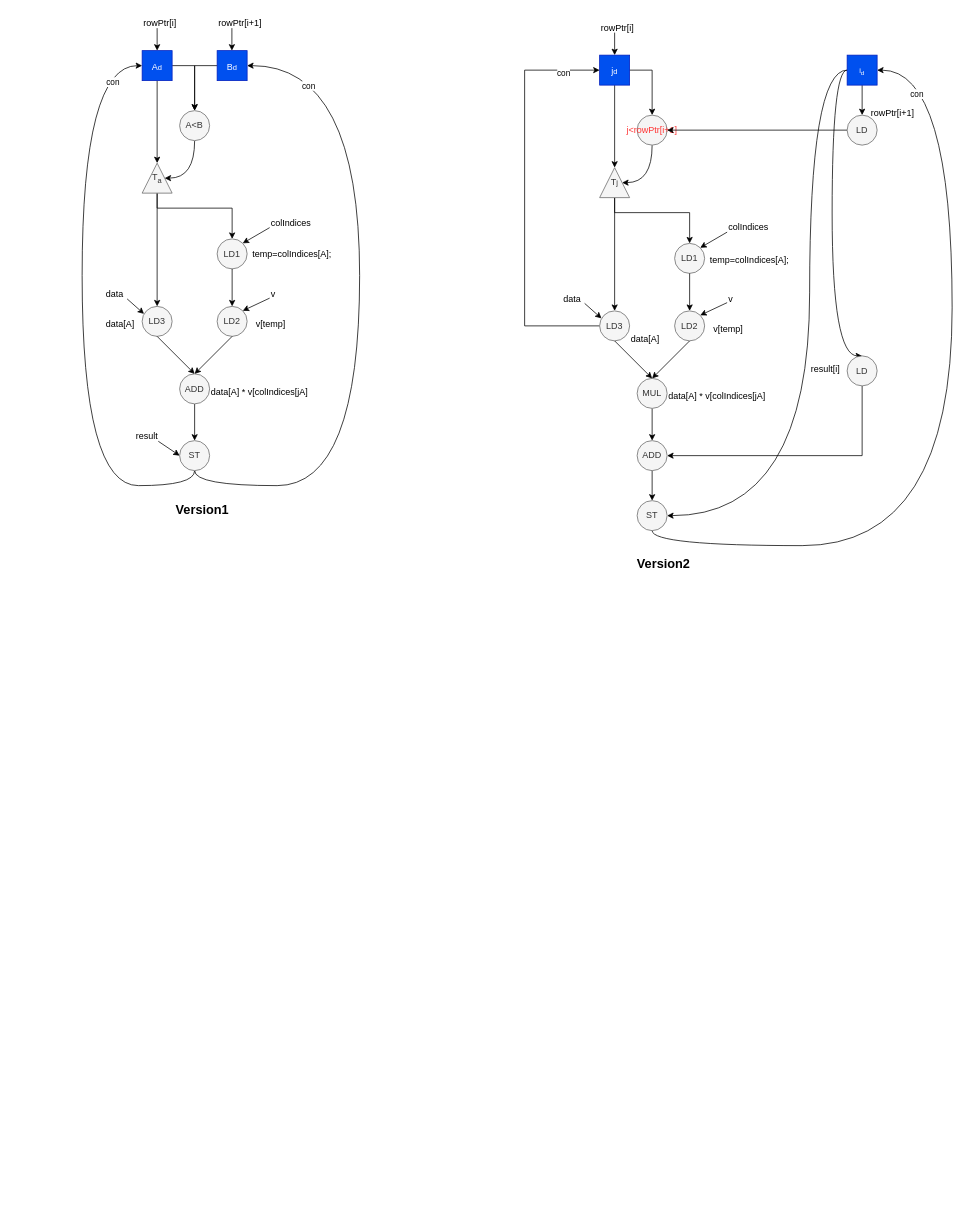
HPC-SDC/Operator keeps this draw.io diagram as test01.drawio. Above is the earlier version. Source tidied: cells renumbered, new cells numbered last; positions are measured from the earlier drawing's top-left corner, leaving out a move shared by most shapes. Both pictures are drawn from the tidied source at 75%, with x=0, y=0 at pixel (82, 13).
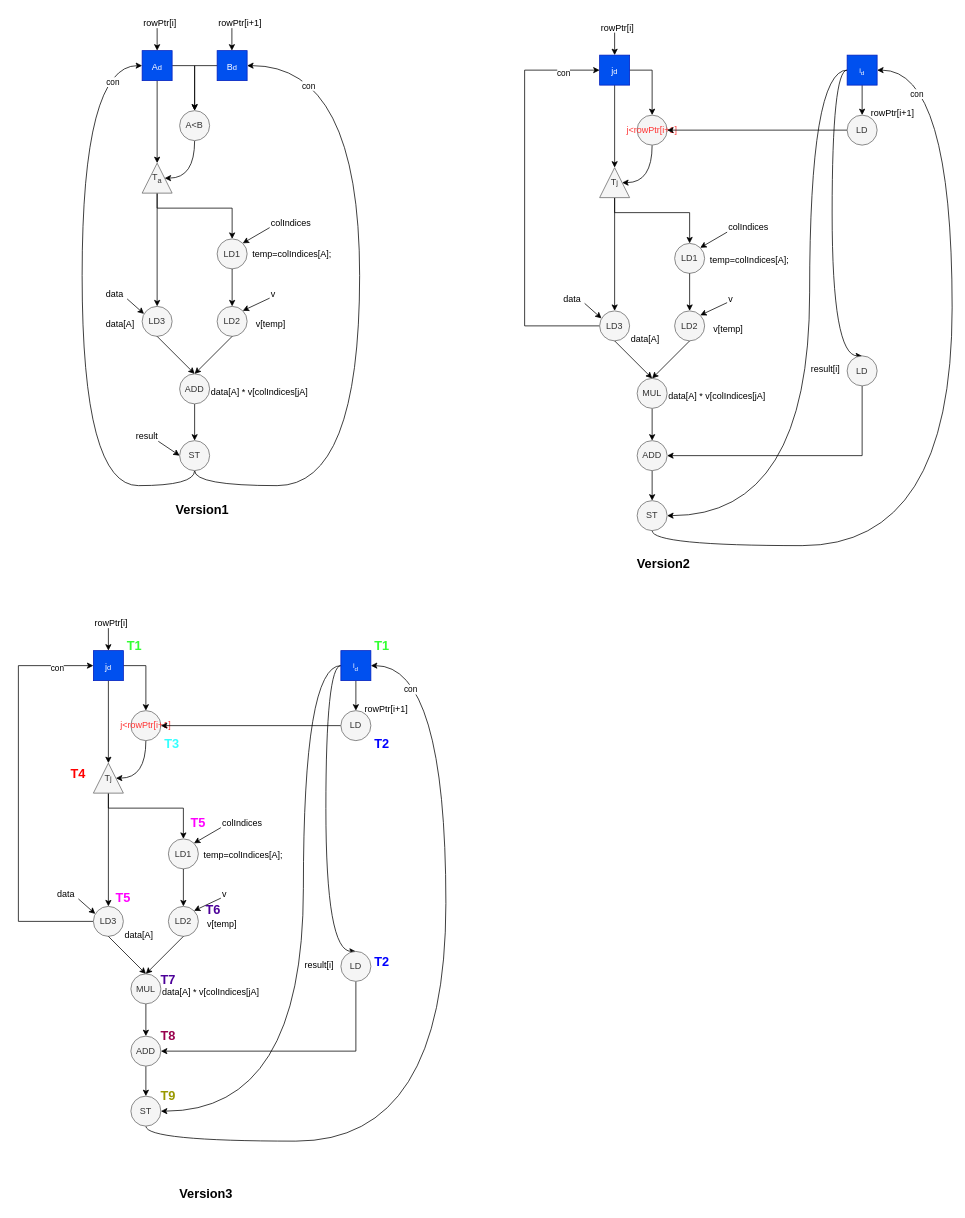
The same diagram, later.

What changed in the source:
```diff
@@
+    <mxCell id="88" style="edgeStyle=orthogonalEdgeStyle;rounded=0;jettySize=auto;html=1;exitX=0;exitY=0.5;exitDx=0;exitDy=0;entryX=0;entryY=0.5;entryDx=0;entryDy=0;" parent="1" edge="1" source="90" target="104">
+      <mxGeometry relative="1" as="geometry">
+        <Array as="points">
+          <mxPoint x="-85" y="1211" />
+          <mxPoint x="-85" y="870" />
+        </Array>
+      </mxGeometry>
+    </mxCell>
+    <mxCell id="89" value="con" style="edgeLabel;html=1;align=center;verticalAlign=middle;" parent="88" vertex="1">
+      <mxGeometry x="0.82" y="-3" relative="1" as="geometry" />
+    </mxCell>
+    <mxCell id="90" value="LD3" style="ellipse;whiteSpace=wrap;html=1;fillColor=#f5f5f5;fontColor=#333333;strokeColor=#666666;" parent="1" vertex="1">
+      <mxGeometry x="15" y="1191" width="40" height="40" as="geometry" />
+    </mxCell>
+    <mxCell id="91" value="LD1" style="ellipse;whiteSpace=wrap;html=1;fillColor=#f5f5f5;fontColor=#333333;strokeColor=#666666;" parent="1" vertex="1">
+      <mxGeometry x="115" y="1101" width="40" height="40" as="geometry" />
+    </mxCell>
+    <mxCell id="92" value="LD2" style="ellipse;whiteSpace=wrap;html=1;fillColor=#f5f5f5;fontColor=#333333;strokeColor=#666666;" parent="1" vertex="1">
+      <mxGeometry x="115" y="1191" width="40" height="40" as="geometry" />
+    </mxCell>
+    <mxCell id="93" style="edgeStyle=orthogonalEdgeStyle;rounded=0;jettySize=auto;html=1;exitX=0.5;exitY=1;exitDx=0;exitDy=0;entryX=0.5;entryY=0;entryDx=0;entryDy=0;" parent="1" edge="1" source="94" target="132">
+      <mxGeometry relative="1" as="geometry" />
+    </mxCell>
+    <mxCell id="94" value="MUL" style="ellipse;whiteSpace=wrap;html=1;fillColor=#f5f5f5;fontColor=#333333;strokeColor=#666666;" parent="1" vertex="1">
+      <mxGeometry x="65" y="1281" width="40" height="40" as="geometry" />
+    </mxCell>
+    <mxCell id="95" style="endArrow=classic;html=1;rounded=0;exitX=0.5;exitY=1;exitDx=0;exitDy=0;entryX=0.5;entryY=0;entryDx=0;entryDy=0;" parent="1" edge="1" source="91" target="92">
+      <mxGeometry relative="1" as="geometry" />
+    </mxCell>
+    <mxCell id="96" style="endArrow=classic;html=1;rounded=0;exitX=0.5;exitY=1;exitDx=0;exitDy=0;entryX=0.5;entryY=0;entryDx=0;entryDy=0;" parent="1" edge="1" source="92" target="94">
+      <mxGeometry relative="1" as="geometry" />
+    </mxCell>
+    <mxCell id="97" style="endArrow=classic;html=1;rounded=0;exitX=0.5;exitY=1;exitDx=0;exitDy=0;entryX=0.5;entryY=0;entryDx=0;entryDy=0;" parent="1" edge="1" source="90" target="94">
+      <mxGeometry relative="1" as="geometry" />
+    </mxCell>
+    <mxCell id="98" value="temp=colIndices[A];" style="text;strokeColor=none;align=center;fillColor=none;html=1;verticalAlign=middle;whiteSpace=wrap;rounded=0;" parent="1" vertex="1">
+      <mxGeometry x="185" y="1110" width="60" height="26" as="geometry" />
+    </mxCell>
+    <mxCell id="99" value="data[A]" style="text;whiteSpace=wrap;" parent="1" vertex="1">
+      <mxGeometry x="55" y="1215" width="70" height="40" as="geometry" />
+    </mxCell>
+    <mxCell id="100" value="v[temp]" style="text;whiteSpace=wrap;" parent="1" vertex="1">
+      <mxGeometry x="165" y="1201" width="70" height="40" as="geometry" />
+    </mxCell>
+    <mxCell id="101" value="data[A] * v[colIndices[jA]" style="text;whiteSpace=wrap;" parent="1" vertex="1">
+      <mxGeometry x="105" y="1291" width="150" height="40" as="geometry" />
+    </mxCell>
+    <mxCell id="102" style="edgeStyle=orthogonalEdgeStyle;rounded=0;jettySize=auto;html=1;exitX=1;exitY=0.5;exitDx=0;exitDy=0;entryX=0.5;entryY=0;entryDx=0;entryDy=0;" parent="1" edge="1" source="104" target="112">
+      <mxGeometry relative="1" as="geometry" />
+    </mxCell>
+    <mxCell id="103" style="edgeStyle=orthogonalEdgeStyle;rounded=0;jettySize=auto;html=1;exitX=0.5;exitY=1;exitDx=0;exitDy=0;entryX=1;entryY=0.5;entryDx=0;entryDy=0;" parent="1" edge="1" source="104" target="115">
+      <mxGeometry relative="1" as="geometry" />
+    </mxCell>
+    <mxCell id="104" value="&lt;sub&gt;&lt;span style=&quot;font-size: 12px;&quot;&gt;j&lt;/span&gt;d&lt;/sub&gt;" style="whiteSpace=wrap;html=1;fillColor=#0050ef;strokeColor=#001DBC;fontColor=#ffffff;" parent="1" vertex="1">
+      <mxGeometry x="15" y="850" width="40" height="40" as="geometry" />
+    </mxCell>
+    <mxCell id="105" style="edgeStyle=orthogonalEdgeStyle;rounded=0;jettySize=auto;html=1;exitX=0.5;exitY=1;exitDx=0;exitDy=0;entryX=0.5;entryY=0;entryDx=0;entryDy=0;" parent="1" edge="1" source="108" target="128">
+      <mxGeometry relative="1" as="geometry" />
+    </mxCell>
+    <mxCell id="106" style="edgeStyle=orthogonalEdgeStyle;rounded=0;jettySize=auto;html=1;exitX=0;exitY=0.5;exitDx=0;exitDy=0;entryX=0.5;entryY=0;entryDx=0;entryDy=0;curved=1;" parent="1" edge="1" source="108" target="130">
+      <mxGeometry relative="1" as="geometry">
+        <Array as="points">
+          <mxPoint x="325" y="870" />
+          <mxPoint x="325" y="1251" />
+        </Array>
+      </mxGeometry>
+    </mxCell>
+    <mxCell id="107" style="edgeStyle=orthogonalEdgeStyle;rounded=0;jettySize=auto;html=1;exitX=0;exitY=0.5;exitDx=0;exitDy=0;entryX=1;entryY=0.5;entryDx=0;entryDy=0;curved=1;" parent="1" edge="1" source="108" target="124">
+      <mxGeometry relative="1" as="geometry">
+        <Array as="points">
+          <mxPoint x="295" y="870" />
+          <mxPoint x="295" y="1464" />
+        </Array>
+      </mxGeometry>
+    </mxCell>
+    <mxCell id="108" value="&lt;span style=&quot;font-size: 10px;&quot;&gt;i&lt;sub&gt;d&lt;/sub&gt;&lt;/span&gt;" style="whiteSpace=wrap;html=1;fillColor=#0050ef;strokeColor=#001DBC;fontColor=#ffffff;" parent="1" vertex="1">
+      <mxGeometry x="345" y="850" width="40" height="40" as="geometry" />
+    </mxCell>
+    <mxCell id="109" style="endArrow=classic;html=1;rounded=0;entryX=0.5;entryY=0;entryDx=0;entryDy=0;" parent="1" edge="1" target="104">
+      <mxGeometry relative="1" as="geometry">
+        <mxPoint x="35" y="820" as="sourcePoint" />
+      </mxGeometry>
+    </mxCell>
+    <mxCell id="110" value="rowPtr[i]" style="text;whiteSpace=wrap;" parent="1" vertex="1">
+      <mxGeometry x="15" y="800" width="80" height="40" as="geometry" />
+    </mxCell>
+    <mxCell id="111" style="edgeStyle=orthogonalEdgeStyle;rounded=0;jettySize=auto;html=1;exitX=0.5;exitY=1;exitDx=0;exitDy=0;entryX=0.5;entryY=1;entryDx=0;entryDy=0;curved=1;" parent="1" edge="1" source="112" target="115">
+      <mxGeometry relative="1" as="geometry">
+        <Array as="points">
+          <mxPoint x="85" y="1020" />
+        </Array>
+      </mxGeometry>
+    </mxCell>
+    <mxCell id="112" value="&lt;font color=&quot;#ff3333&quot;&gt;j&amp;lt;rowPtr[i+1]&lt;/font&gt;" style="ellipse;whiteSpace=wrap;html=1;fillColor=#f5f5f5;fontColor=#333333;strokeColor=#666666;" parent="1" vertex="1">
+      <mxGeometry x="65" y="930" width="40" height="40" as="geometry" />
+    </mxCell>
+    <mxCell id="113" style="edgeStyle=orthogonalEdgeStyle;rounded=0;jettySize=auto;html=1;exitX=0;exitY=0.5;exitDx=0;exitDy=0;entryX=0.5;entryY=0;entryDx=0;entryDy=0;" parent="1" edge="1" source="115" target="90">
+      <mxGeometry relative="1" as="geometry" />
+    </mxCell>
+    <mxCell id="114" style="edgeStyle=orthogonalEdgeStyle;rounded=0;jettySize=auto;html=1;exitX=0;exitY=0.5;exitDx=0;exitDy=0;entryX=0.5;entryY=0;entryDx=0;entryDy=0;" parent="1" edge="1" source="115" target="91">
+      <mxGeometry relative="1" as="geometry">
+        <Array as="points">
+          <mxPoint x="35" y="1060" />
+        </Array>
+      </mxGeometry>
+    </mxCell>
+    <mxCell id="115" value="T&lt;span style=&quot;font-size: 10px;&quot;&gt;j&lt;/span&gt;" style="triangle;whiteSpace=wrap;html=1;direction=north;fillColor=#f5f5f5;fontColor=#333333;strokeColor=#666666;" parent="1" vertex="1">
+      <mxGeometry x="15" y="1000" width="40" height="40" as="geometry" />
+    </mxCell>
+    <mxCell id="116" value="data" style="text;whiteSpace=wrap;" parent="1" vertex="1">
+      <mxGeometry x="-35" y="1161" width="70" height="40" as="geometry" />
+    </mxCell>
+    <mxCell id="117" value="colIndices" style="text;whiteSpace=wrap;" parent="1" vertex="1">
+      <mxGeometry x="185" y="1066" width="70" height="40" as="geometry" />
+    </mxCell>
+    <mxCell id="118" value="v" style="text;whiteSpace=wrap;" parent="1" vertex="1">
+      <mxGeometry x="185" y="1161" width="20" height="19" as="geometry" />
+    </mxCell>
+    <mxCell id="119" style="endArrow=classic;html=1;rounded=0;entryX=0.75;entryY=1;entryDx=0;entryDy=0;" parent="1" edge="1" target="116">
+      <mxGeometry relative="1" as="geometry">
+        <mxPoint x="-5" y="1181" as="sourcePoint" />
+      </mxGeometry>
+    </mxCell>
+    <mxCell id="120" style="endArrow=classic;html=1;rounded=0;entryX=1;entryY=0;entryDx=0;entryDy=0;exitX=0;exitY=0.5;exitDx=0;exitDy=0;" parent="1" edge="1" source="117" target="91">
+      <mxGeometry relative="1" as="geometry" />
+    </mxCell>
+    <mxCell id="121" style="endArrow=classic;html=1;rounded=0;exitX=0;exitY=1;exitDx=0;exitDy=0;entryX=1;entryY=0;entryDx=0;entryDy=0;" parent="1" edge="1" source="118" target="92">
+      <mxGeometry relative="1" as="geometry" />
+    </mxCell>
+    <mxCell id="122" style="edgeStyle=orthogonalEdgeStyle;rounded=0;jettySize=auto;html=1;exitX=0.5;exitY=1;exitDx=0;exitDy=0;entryX=1;entryY=0.5;entryDx=0;entryDy=0;curved=1;" parent="1" edge="1" source="124" target="108">
+      <mxGeometry relative="1" as="geometry">
+        <Array as="points">
+          <mxPoint x="85" y="1504" />
+          <mxPoint x="485" y="1504" />
+          <mxPoint x="485" y="870" />
+        </Array>
+      </mxGeometry>
+    </mxCell>
+    <mxCell id="123" value="con" style="edgeLabel;html=1;align=center;verticalAlign=middle;" parent="122" vertex="1">
+      <mxGeometry x="0.91" y="31" relative="1" as="geometry" />
+    </mxCell>
+    <mxCell id="124" value="ST" style="ellipse;whiteSpace=wrap;html=1;fillColor=#f5f5f5;fontColor=#333333;strokeColor=#666666;" parent="1" vertex="1">
+      <mxGeometry x="65" y="1444" width="40" height="40" as="geometry" />
+    </mxCell>
+    <mxCell id="125" value="result[i]" style="text;whiteSpace=wrap;" parent="1" vertex="1">
+      <mxGeometry x="295" y="1255" width="30" height="20" as="geometry" />
+    </mxCell>
+    <mxCell id="126" value="&lt;b&gt;&lt;font style=&quot;font-size: 17px;&quot;&gt;Version3&lt;br&gt;&lt;/font&gt;&lt;/b&gt;" style="text;html=1;align=center;verticalAlign=middle;strokeColor=none;fillColor=none;" parent="1" vertex="1">
+      <mxGeometry x="120" y="1560" width="90" height="30" as="geometry" />
+    </mxCell>
+    <mxCell id="127" style="edgeStyle=orthogonalEdgeStyle;rounded=0;jettySize=auto;html=1;exitX=0;exitY=0.5;exitDx=0;exitDy=0;entryX=1;entryY=0.5;entryDx=0;entryDy=0;" parent="1" edge="1" source="128" target="112">
+      <mxGeometry relative="1" as="geometry" />
+    </mxCell>
+    <mxCell id="128" value="LD" style="ellipse;whiteSpace=wrap;html=1;fillColor=#f5f5f5;fontColor=#333333;strokeColor=#666666;" parent="1" vertex="1">
+      <mxGeometry x="345" y="930" width="40" height="40" as="geometry" />
+    </mxCell>
+    <mxCell id="129" style="edgeStyle=orthogonalEdgeStyle;rounded=0;jettySize=auto;html=1;exitX=0.5;exitY=1;exitDx=0;exitDy=0;entryX=1;entryY=0.5;entryDx=0;entryDy=0;" parent="1" edge="1" source="130" target="132">
+      <mxGeometry relative="1" as="geometry" />
+    </mxCell>
+    <mxCell id="130" value="LD" style="ellipse;whiteSpace=wrap;html=1;fillColor=#f5f5f5;fontColor=#333333;strokeColor=#666666;" parent="1" vertex="1">
+      <mxGeometry x="345" y="1251" width="40" height="40" as="geometry" />
+    </mxCell>
+    <mxCell id="131" style="edgeStyle=orthogonalEdgeStyle;rounded=0;jettySize=auto;html=1;exitX=0.5;exitY=1;exitDx=0;exitDy=0;entryX=0.5;entryY=0;entryDx=0;entryDy=0;" parent="1" edge="1" source="132" target="124">
+      <mxGeometry relative="1" as="geometry" />
+    </mxCell>
+    <mxCell id="132" value="ADD" style="ellipse;whiteSpace=wrap;html=1;fillColor=#f5f5f5;fontColor=#333333;strokeColor=#666666;" parent="1" vertex="1">
+      <mxGeometry x="65" y="1364" width="40" height="40" as="geometry" />
+    </mxCell>
+    <mxCell id="133" value="rowPtr[i+1]" style="text;whiteSpace=wrap;" parent="1" vertex="1">
+      <mxGeometry x="375" y="914" width="80" height="40" as="geometry" />
+    </mxCell>
+    <mxCell id="134" value="&lt;b&gt;&lt;font style=&quot;font-size: 17px;&quot;&gt;T1&lt;/font&gt;&lt;/b&gt;" style="text;html=1;strokeColor=none;fillColor=none;align=center;verticalAlign=middle;whiteSpace=wrap;rounded=0;fontColor=#33FF33;" parent="1" vertex="1">
+      <mxGeometry x="40" y="830" width="60" height="30" as="geometry" />
+    </mxCell>
+    <mxCell id="135" value="&lt;b&gt;&lt;font style=&quot;font-size: 17px;&quot;&gt;T1&lt;/font&gt;&lt;/b&gt;" style="text;html=1;strokeColor=none;fillColor=none;align=center;verticalAlign=middle;whiteSpace=wrap;rounded=0;fontColor=#33FF33;" parent="1" vertex="1">
+      <mxGeometry x="370" y="830" width="60" height="30" as="geometry" />
+    </mxCell>
+    <mxCell id="136" value="&lt;b&gt;&lt;font color=&quot;#0000ff&quot; style=&quot;font-size: 17px;&quot;&gt;T2&lt;/font&gt;&lt;/b&gt;" style="text;html=1;strokeColor=none;fillColor=none;align=center;verticalAlign=middle;whiteSpace=wrap;rounded=0;fontColor=#33FF33;" parent="1" vertex="1">
+      <mxGeometry x="370" y="960" width="60" height="30" as="geometry" />
+    </mxCell>
+    <mxCell id="137" value="&lt;b&gt;&lt;font color=&quot;#33ffff&quot; style=&quot;font-size: 17px;&quot;&gt;T3&lt;/font&gt;&lt;/b&gt;" style="text;html=1;strokeColor=none;fillColor=none;align=center;verticalAlign=middle;whiteSpace=wrap;rounded=0;fontColor=#33FF33;" parent="1" vertex="1">
+      <mxGeometry x="90" y="960" width="60" height="30" as="geometry" />
+    </mxCell>
+    <mxCell id="138" value="&lt;b&gt;&lt;font color=&quot;#ff0000&quot; style=&quot;font-size: 17px;&quot;&gt;T4&lt;/font&gt;&lt;/b&gt;" style="text;html=1;strokeColor=none;fillColor=none;align=center;verticalAlign=middle;whiteSpace=wrap;rounded=0;fontColor=#FFFF00;" parent="1" vertex="1">
+      <mxGeometry x="-35" y="1000" width="60" height="30" as="geometry" />
+    </mxCell>
+    <mxCell id="139" value="&lt;b&gt;&lt;font color=&quot;#0000ff&quot; style=&quot;font-size: 17px;&quot;&gt;T2&lt;/font&gt;&lt;/b&gt;" style="text;html=1;strokeColor=none;fillColor=none;align=center;verticalAlign=middle;whiteSpace=wrap;rounded=0;fontColor=#33FF33;" parent="1" vertex="1">
+      <mxGeometry x="370" y="1251" width="60" height="30" as="geometry" />
+    </mxCell>
+    <mxCell id="140" value="&lt;b&gt;&lt;font color=&quot;#ff00ff&quot; style=&quot;font-size: 17px;&quot;&gt;T5&lt;/font&gt;&lt;/b&gt;" style="text;html=1;strokeColor=none;fillColor=none;align=center;verticalAlign=middle;whiteSpace=wrap;rounded=0;fontColor=#FFFF00;" parent="1" vertex="1">
+      <mxGeometry x="125" y="1066" width="60" height="30" as="geometry" />
+    </mxCell>
+    <mxCell id="141" value="&lt;b&gt;&lt;font color=&quot;#ff00ff&quot; style=&quot;font-size: 17px;&quot;&gt;T5&lt;/font&gt;&lt;/b&gt;" style="text;html=1;strokeColor=none;fillColor=none;align=center;verticalAlign=middle;whiteSpace=wrap;rounded=0;fontColor=#FFFF00;" parent="1" vertex="1">
+      <mxGeometry x="25" y="1166" width="60" height="30" as="geometry" />
+    </mxCell>
+    <mxCell id="142" value="&lt;b&gt;&lt;font color=&quot;#99004d&quot; style=&quot;font-size: 17px;&quot;&gt;T8&lt;/font&gt;&lt;/b&gt;" style="text;html=1;strokeColor=none;fillColor=none;align=center;verticalAlign=middle;whiteSpace=wrap;rounded=0;fontColor=#FFFF00;" parent="1" vertex="1">
+      <mxGeometry x="85" y="1350" width="60" height="30" as="geometry" />
+    </mxCell>
+    <mxCell id="143" value="&lt;b&gt;&lt;font color=&quot;#4c0099&quot; style=&quot;font-size: 17px;&quot;&gt;T7&lt;/font&gt;&lt;/b&gt;" style="text;html=1;strokeColor=none;fillColor=none;align=center;verticalAlign=middle;whiteSpace=wrap;rounded=0;fontColor=#FFFF00;" parent="1" vertex="1">
+      <mxGeometry x="85" y="1275" width="60" height="30" as="geometry" />
+    </mxCell>
+    <mxCell id="144" value="&lt;b&gt;&lt;font color=&quot;#4c0099&quot; style=&quot;font-size: 17px;&quot;&gt;T6&lt;/font&gt;&lt;/b&gt;" style="text;html=1;strokeColor=none;fillColor=none;align=center;verticalAlign=middle;whiteSpace=wrap;rounded=0;fontColor=#FFFF00;" parent="1" vertex="1">
+      <mxGeometry x="145" y="1181" width="60" height="30" as="geometry" />
+    </mxCell>
+    <mxCell id="145" value="&lt;b&gt;&lt;font color=&quot;#999900&quot; style=&quot;font-size: 17px;&quot;&gt;T9&lt;/font&gt;&lt;/b&gt;" style="text;html=1;strokeColor=none;fillColor=none;align=center;verticalAlign=middle;whiteSpace=wrap;rounded=0;fontColor=#FFFF00;" parent="1" vertex="1">
+      <mxGeometry x="85" y="1430" width="60" height="30" as="geometry" />
+    </mxCell>
```
